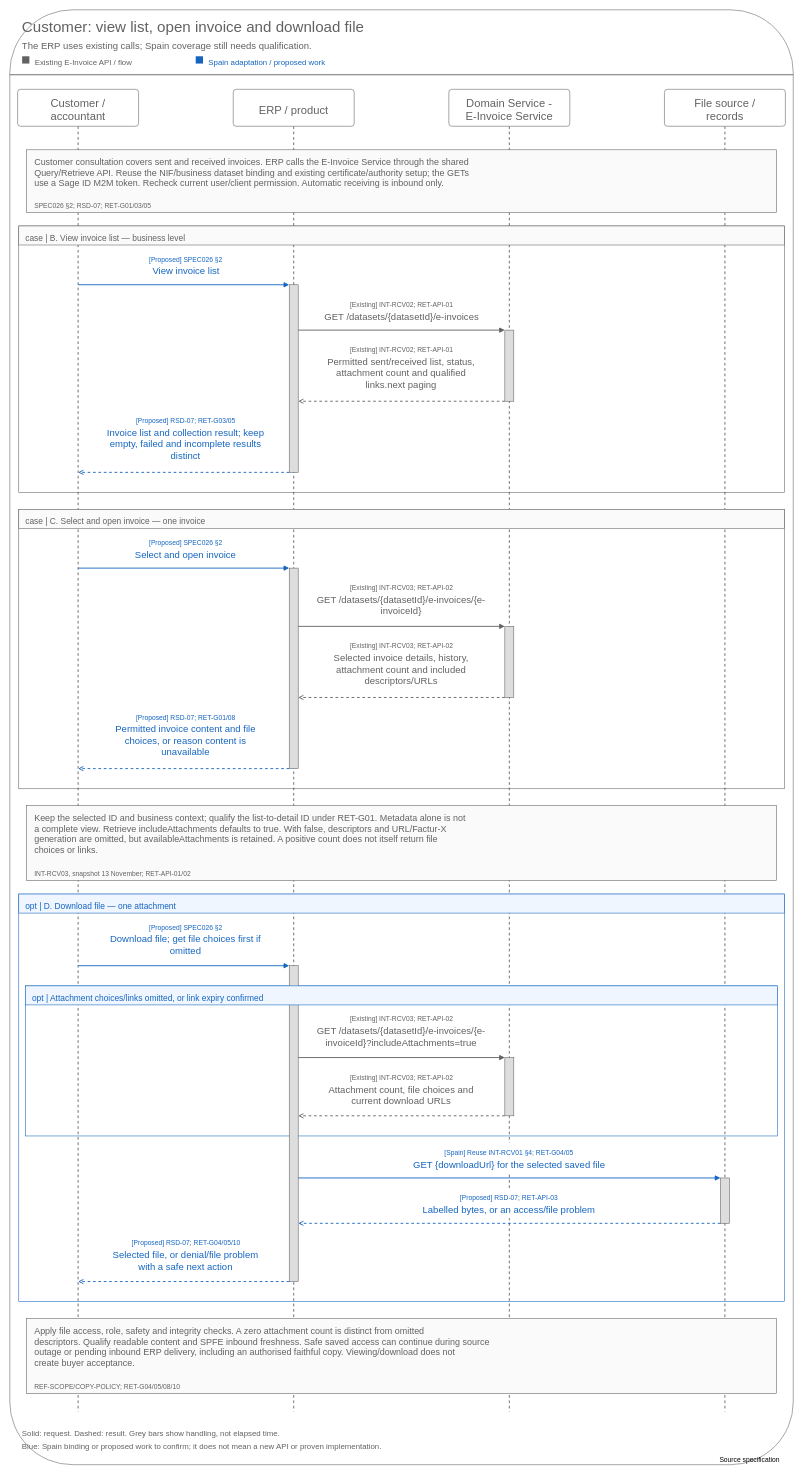
jiaxinhe0709/pm_second_brain keeps this draw.io diagram as assets/diagrams/invoice-retrieval-view-download-sequence.drawio. Above is the earlier version. Source tidied: cells renumbered, new cells numbered last; positions are measured from the earlier drawing's top-left corner, leaving out a move shared by most shapes. Both pictures are drawn from the tidied source at 56%, with x=0, y=0 at pixel (10, 10).
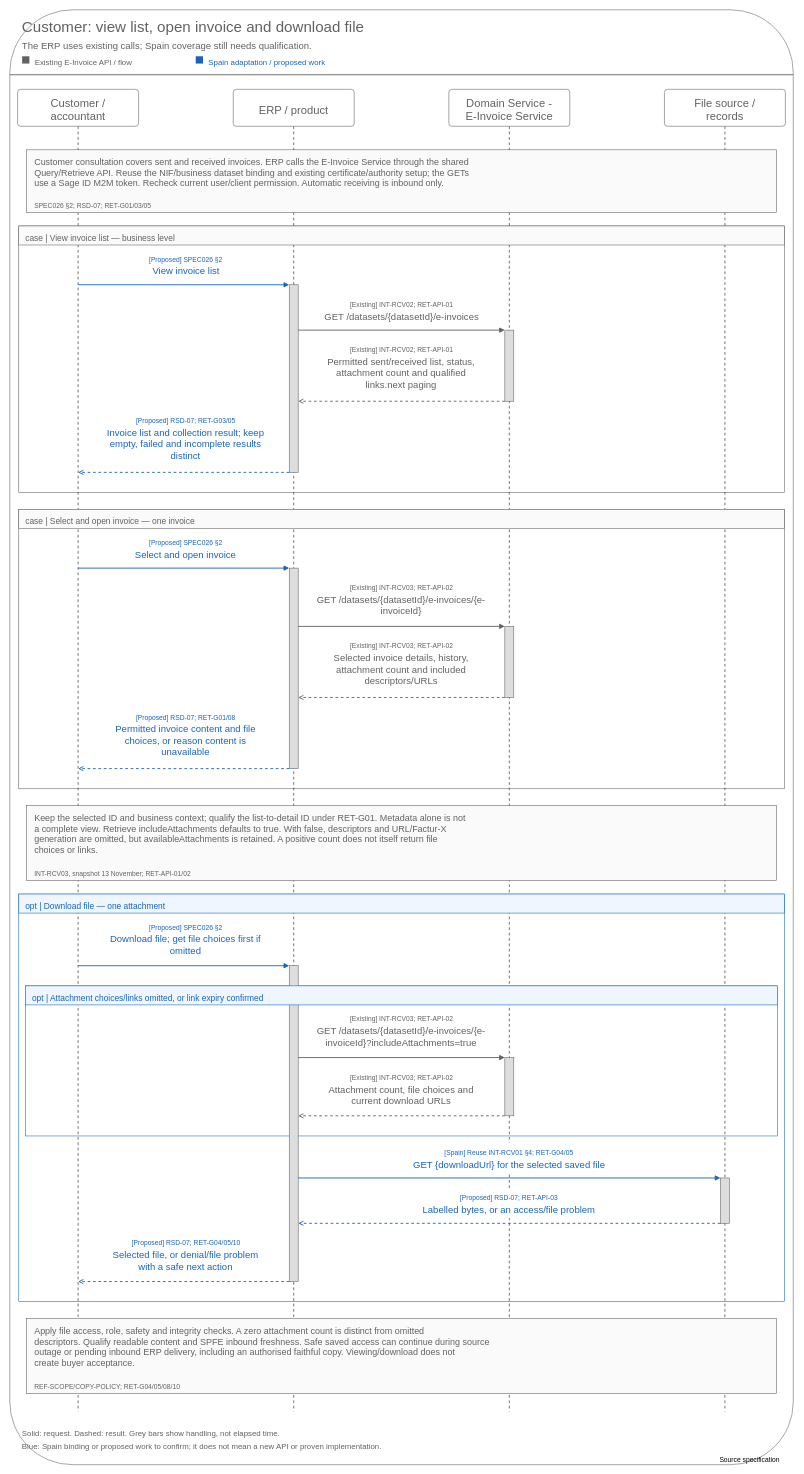
The same diagram, later.

What changed in the source:
```diff
@@
-    <mxCell id="30" value="case | B. View invoice list — business level" style="text;html=0;whiteSpace=wrap;spacing=0;verticalAlign=top;align=left;fontSize=15;fontColor=#626262;" parent="1" vertex="1">
-      <mxGeometry x="28" y="394" width="427.8" height="26" as="geometry" />
+    <mxCell id="30" value="case | View invoice list — business level" style="text;html=0;whiteSpace=wrap;spacing=0;verticalAlign=top;align=left;fontSize=15;fontColor=#626262;" parent="1" vertex="1">
+      <mxGeometry x="28" y="394" width="399.4" height="26" as="geometry" />
     </mxCell>
@@
-    <mxCell id="32" value="case | C. Select and open invoice — one invoice" style="text;html=0;whiteSpace=wrap;spacing=0;verticalAlign=top;align=left;fontSize=15;fontColor=#626262;" parent="1" vertex="1">
-      <mxGeometry x="28" y="900" width="456.1" height="26" as="geometry" />
+    <mxCell id="32" value="case | Select and open invoice — one invoice" style="text;html=0;whiteSpace=wrap;spacing=0;verticalAlign=top;align=left;fontSize=15;fontColor=#626262;" parent="1" vertex="1">
+      <mxGeometry x="28" y="900" width="427.8" height="26" as="geometry" />
     </mxCell>
@@
-    <mxCell id="36" value="opt | D. Download file — one attachment" style="text;html=0;whiteSpace=wrap;spacing=0;verticalAlign=top;align=left;fontSize=15;fontColor=#1565C0;" parent="1" vertex="1">
-      <mxGeometry x="28" y="1587" width="380.6" height="26" as="geometry" />
+    <mxCell id="36" value="opt | Download file — one attachment" style="text;html=0;whiteSpace=wrap;spacing=0;verticalAlign=top;align=left;fontSize=15;fontColor=#1565C0;" parent="1" vertex="1">
+      <mxGeometry x="28" y="1587" width="352.2" height="26" as="geometry" />
     </mxCell>
```
